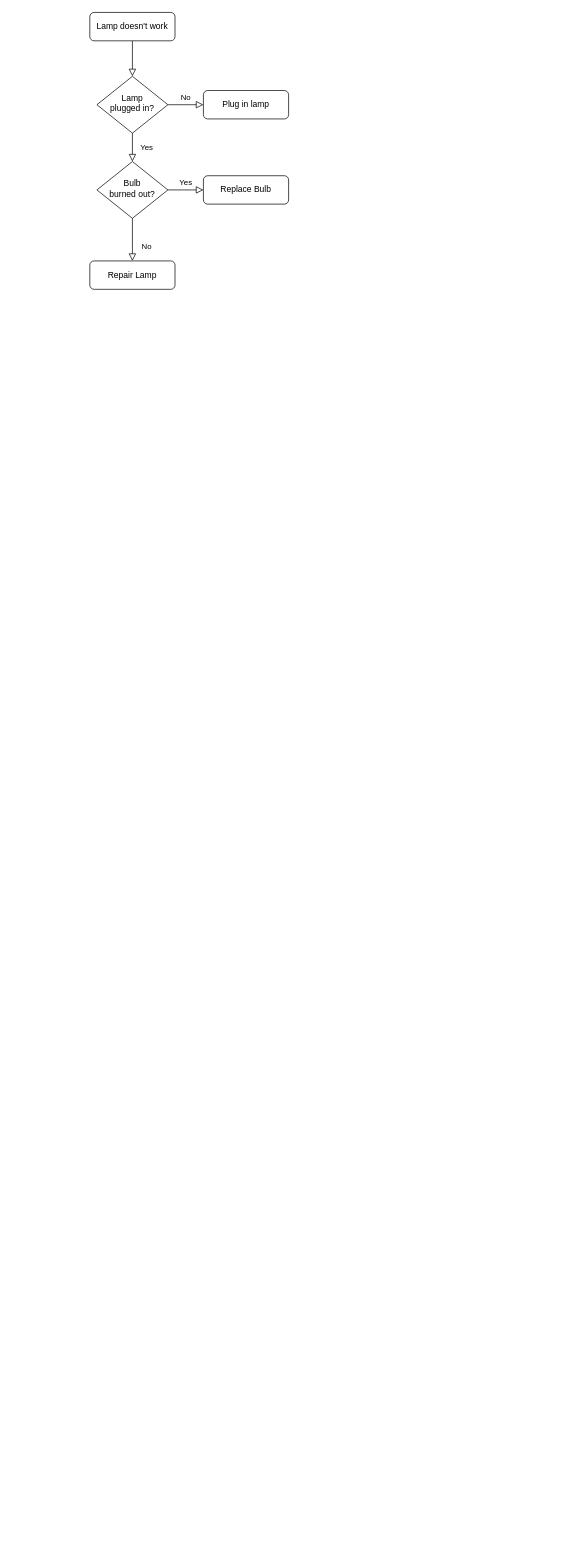
This is Tile Selector Data Combine With Cache Data.drawio from SmileSB1O1/draw-active, a draw.io file, before an edit. Source tidied: cells renumbered, new cells numbered last; positions are measured from the earlier drawing's top-left corner, leaving out a move shared by most shapes. Both pictures are drawn from the tidied source at 71%, with x=0, y=0 at pixel (89, 12).
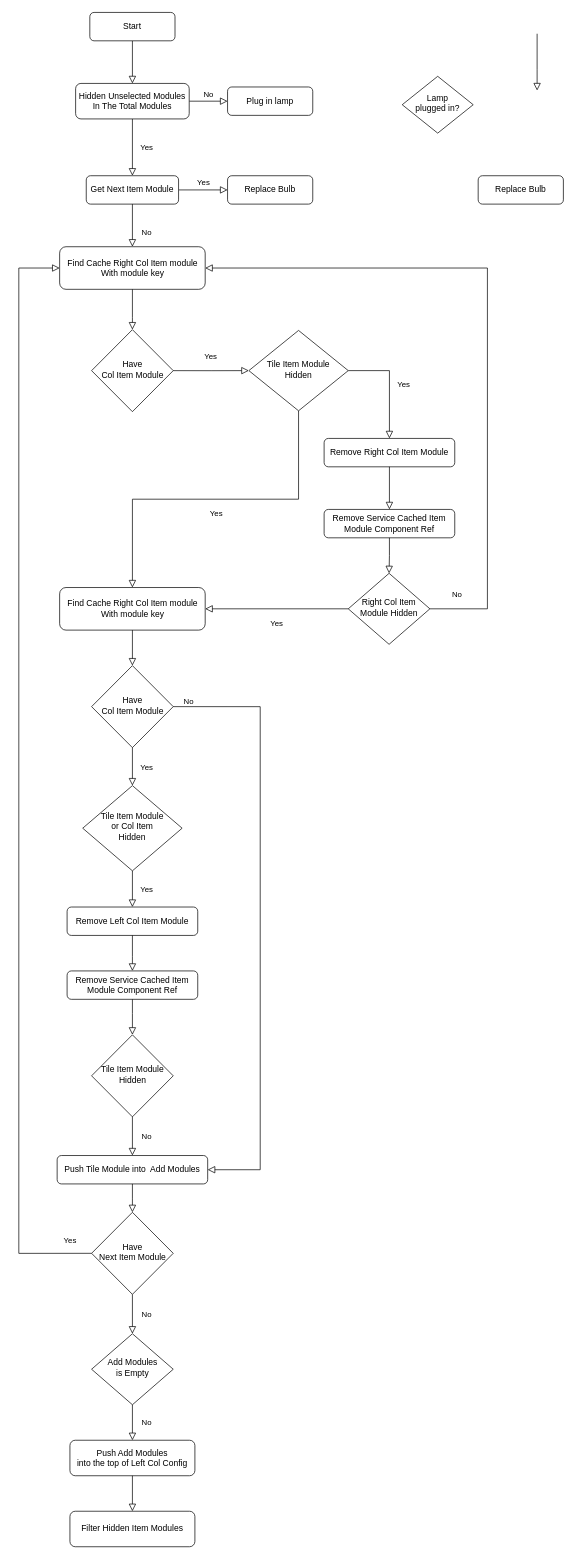
The same page after the edit.

The edit, as a diff of the source:
```diff
@@
-    <mxCell id="2" style="rounded=0;html=1;jettySize=auto;fontSize=11;endArrow=block;endFill=0;endSize=8;strokeWidth=1;shadow=0;labelBackgroundColor=none;edgeStyle=orthogonalEdgeStyle;" parent="1" edge="1" source="3" target="6">
+    <mxCell id="2" style="rounded=0;html=1;jettySize=auto;fontSize=11;endArrow=block;endFill=0;endSize=8;strokeWidth=1;shadow=0;labelBackgroundColor=none;edgeStyle=orthogonalEdgeStyle;entryX=0.5;entryY=0;entryDx=0;entryDy=0;" parent="1" edge="1" source="3" target="14">
       <mxGeometry relative="1" as="geometry" />
     </mxCell>
-    <mxCell id="3" value="Lamp doesn't work" style="rounded=1;whiteSpace=wrap;html=1;fontSize=12;glass=0;strokeWidth=1;shadow=0;" parent="1" vertex="1">
+    <mxCell id="3" value="Start" style="rounded=1;whiteSpace=wrap;html=1;fontSize=12;glass=0;strokeWidth=1;shadow=0;" parent="1" vertex="1">
       <mxGeometry width="120" height="40" as="geometry" />
     </mxCell>
-    <mxCell id="4" value="Yes" style="rounded=0;html=1;jettySize=auto;fontSize=11;endArrow=block;endFill=0;endSize=8;strokeWidth=1;shadow=0;labelBackgroundColor=none;edgeStyle=orthogonalEdgeStyle;" parent="1" edge="1" source="6" target="10">
+    <mxCell id="4" value="Yes" style="rounded=0;html=1;jettySize=auto;fontSize=11;endArrow=block;endFill=0;endSize=8;strokeWidth=1;shadow=0;labelBackgroundColor=none;edgeStyle=orthogonalEdgeStyle;exitX=0.5;exitY=1;exitDx=0;exitDy=0;entryX=0.5;entryY=0;entryDx=0;entryDy=0;" parent="1" edge="1" source="14" target="15">
       <mxGeometry y="20" relative="1" as="geometry" />
     </mxCell>
-    <mxCell id="5" value="No" style="edgeStyle=orthogonalEdgeStyle;rounded=0;html=1;jettySize=auto;fontSize=11;endArrow=block;endFill=0;endSize=8;strokeWidth=1;shadow=0;labelBackgroundColor=none;" parent="1" edge="1" source="6" target="7">
+    <mxCell id="5" value="No" style="edgeStyle=orthogonalEdgeStyle;rounded=0;html=1;jettySize=auto;fontSize=11;endArrow=block;endFill=0;endSize=8;strokeWidth=1;shadow=0;labelBackgroundColor=none;exitX=1;exitY=0.5;exitDx=0;exitDy=0;" parent="1" edge="1" source="14" target="7">
       <mxGeometry y="10" relative="1" as="geometry" />
     </mxCell>
-    <mxCell id="6" value="Lamp&lt;br&gt;plugged in?" style="rhombus;whiteSpace=wrap;html=1;shadow=0;fontFamily=Helvetica;fontSize=12;align=center;strokeWidth=1;spacing=6;spacingTop=-4;" parent="1" vertex="1">
-      <mxGeometry x="10" y="90" width="100" height="80" as="geometry" />
-    </mxCell>
     <mxCell id="7" value="Plug in lamp" style="rounded=1;whiteSpace=wrap;html=1;fontSize=12;glass=0;strokeWidth=1;shadow=0;" parent="1" vertex="1">
-      <mxGeometry x="160" y="110" width="120" height="40" as="geometry" />
+      <mxGeometry x="194" y="105" width="120" height="40" as="geometry" />
     </mxCell>
-    <mxCell id="8" value="No" style="rounded=0;html=1;jettySize=auto;fontSize=11;endArrow=block;endFill=0;endSize=8;strokeWidth=1;shadow=0;labelBackgroundColor=none;edgeStyle=orthogonalEdgeStyle;" parent="1" edge="1" source="10" target="11">
+    <mxCell id="8" value="No" style="rounded=0;html=1;jettySize=auto;fontSize=11;endArrow=block;endFill=0;endSize=8;strokeWidth=1;shadow=0;labelBackgroundColor=none;edgeStyle=orthogonalEdgeStyle;exitX=0.5;exitY=1;exitDx=0;exitDy=0;" parent="1" edge="1" source="15" target="11">
       <mxGeometry x="0.33" y="20" relative="1" as="geometry" />
     </mxCell>
-    <mxCell id="9" value="Yes" style="edgeStyle=orthogonalEdgeStyle;rounded=0;html=1;jettySize=auto;fontSize=11;endArrow=block;endFill=0;endSize=8;strokeWidth=1;shadow=0;labelBackgroundColor=none;" parent="1" edge="1" source="10" target="12">
+    <mxCell id="9" value="Yes" style="edgeStyle=orthogonalEdgeStyle;rounded=0;html=1;jettySize=auto;fontSize=11;endArrow=block;endFill=0;endSize=8;strokeWidth=1;shadow=0;labelBackgroundColor=none;exitX=1;exitY=0.5;exitDx=0;exitDy=0;" parent="1" edge="1" source="15" target="12">
       <mxGeometry y="10" relative="1" as="geometry" />
     </mxCell>
-    <mxCell id="10" value="Bulb&lt;br&gt;burned out?" style="rhombus;whiteSpace=wrap;html=1;shadow=0;fontFamily=Helvetica;fontSize=12;align=center;strokeWidth=1;spacing=6;spacingTop=-4;" parent="1" vertex="1">
-      <mxGeometry x="10" y="210" width="100" height="80" as="geometry" />
-    </mxCell>
-    <mxCell id="11" value="Repair Lamp" style="rounded=1;whiteSpace=wrap;html=1;fontSize=12;glass=0;strokeWidth=1;shadow=0;" parent="1" vertex="1">
-      <mxGeometry y="350" width="120" height="40" as="geometry" />
+    <mxCell id="11" value="Find Cache Right Col Item module &lt;br&gt;With module key" style="rounded=1;whiteSpace=wrap;html=1;fontSize=12;glass=0;strokeWidth=1;shadow=0;" parent="1" vertex="1">
+      <mxGeometry x="-42.5" y="330" width="205" height="60" as="geometry" />
     </mxCell>
     <mxCell id="12" value="Replace Bulb" style="rounded=1;whiteSpace=wrap;html=1;fontSize=12;glass=0;strokeWidth=1;shadow=0;" parent="1" vertex="1">
-      <mxGeometry x="160" y="230" width="120" height="40" as="geometry" />
+      <mxGeometry x="194" y="230" width="120" height="40" as="geometry" />
     </mxCell>
+    <mxCell id="13" style="rounded=0;html=1;jettySize=auto;orthogonalLoop=1;fontSize=11;endArrow=block;endFill=0;endSize=8;strokeWidth=1;shadow=0;labelBackgroundColor=none;edgeStyle=orthogonalEdgeStyle;" parent="1" edge="1">
+      <mxGeometry relative="1" as="geometry">
+        <mxPoint x="630" y="30" as="sourcePoint" />
+        <mxPoint x="630" y="110" as="targetPoint" />
+        <Array as="points">
+          <mxPoint x="630" y="80" />
+          <mxPoint x="630" y="80" />
+        </Array>
+      </mxGeometry>
+    </mxCell>
+    <mxCell id="6" value="Lamp&lt;br&gt;plugged in?" style="rhombus;whiteSpace=wrap;html=1;shadow=0;fontFamily=Helvetica;fontSize=12;align=center;strokeWidth=1;spacing=6;spacingTop=-4;" parent="1" vertex="1">
+      <mxGeometry x="440" y="90" width="100" height="80" as="geometry" />
+    </mxCell>
+    <mxCell id="14" value="Hidden Unselected Modules&lt;br&gt;In The Total Modules" style="rounded=1;whiteSpace=wrap;html=1;fontSize=12;glass=0;strokeWidth=1;shadow=0;" parent="1" vertex="1">
+      <mxGeometry x="-20" y="100" width="160" height="50" as="geometry" />
+    </mxCell>
+    <mxCell id="15" value="Get Next Item Module" style="rounded=1;whiteSpace=wrap;html=1;fontSize=12;glass=0;strokeWidth=1;shadow=0;" parent="1" vertex="1">
+      <mxGeometry x="-5" y="230" width="130" height="40" as="geometry" />
+    </mxCell>
+    <mxCell id="16" value="Replace Bulb" style="rounded=1;whiteSpace=wrap;html=1;fontSize=12;glass=0;strokeWidth=1;shadow=0;" parent="1" vertex="1">
+      <mxGeometry x="547" y="230" width="120" height="40" as="geometry" />
+    </mxCell>
+    <mxCell id="17" value="Have &lt;br&gt;Col Item Module" style="rhombus;whiteSpace=wrap;html=1;shadow=0;fontFamily=Helvetica;fontSize=12;align=center;strokeWidth=1;spacing=6;spacingTop=-4;" parent="1" vertex="1">
+      <mxGeometry x="2.5" y="446.8" width="115" height="115.5" as="geometry" />
+    </mxCell>
+    <mxCell id="18" style="rounded=0;html=1;jettySize=auto;fontSize=11;endArrow=block;endFill=0;endSize=8;strokeWidth=1;shadow=0;labelBackgroundColor=none;edgeStyle=orthogonalEdgeStyle;exitX=0.5;exitY=1;exitDx=0;exitDy=0;entryX=0.5;entryY=0;entryDx=0;entryDy=0;" parent="1" edge="1" source="11" target="17">
+      <mxGeometry relative="1" as="geometry">
+        <Array as="points">
+          <mxPoint x="60" y="430" />
+          <mxPoint x="60" y="430" />
+        </Array>
+      </mxGeometry>
+    </mxCell>
+    <mxCell id="19" value="Yes" style="rounded=0;html=1;jettySize=auto;fontSize=11;endArrow=block;endFill=0;endSize=8;strokeWidth=1;shadow=0;labelBackgroundColor=none;edgeStyle=orthogonalEdgeStyle;exitX=1;exitY=0.5;exitDx=0;exitDy=0;entryX=0;entryY=0.5;entryDx=0;entryDy=0;" parent="1" edge="1" source="17" target="20">
+      <mxGeometry y="20" relative="1" as="geometry" />
+    </mxCell>
+    <mxCell id="20" value="Tile Item Module&lt;br&gt;Hidden" style="rhombus;whiteSpace=wrap;html=1;shadow=0;fontFamily=Helvetica;fontSize=12;align=center;strokeWidth=1;spacing=6;spacingTop=-4;" parent="1" vertex="1">
+      <mxGeometry x="224" y="447.9" width="140" height="113.2" as="geometry" />
+    </mxCell>
+    <mxCell id="21" value="Remove Right Col Item Module" style="rounded=1;whiteSpace=wrap;html=1;fontSize=12;glass=0;strokeWidth=1;shadow=0;" parent="1" vertex="1">
+      <mxGeometry x="330" y="600" width="184" height="40" as="geometry" />
+    </mxCell>
+    <mxCell id="22" value="Yes" style="rounded=0;html=1;jettySize=auto;fontSize=11;endArrow=block;endFill=0;endSize=8;strokeWidth=1;shadow=0;labelBackgroundColor=none;edgeStyle=orthogonalEdgeStyle;exitX=1;exitY=0.5;exitDx=0;exitDy=0;entryX=0.5;entryY=0;entryDx=0;entryDy=0;" parent="1" edge="1" source="20" target="21">
+      <mxGeometry y="20" relative="1" as="geometry" />
+    </mxCell>
+    <mxCell id="23" value="Remove Service Cached Item Module Component Ref" style="rounded=1;whiteSpace=wrap;html=1;fontSize=12;glass=0;strokeWidth=1;shadow=0;" parent="1" vertex="1">
+      <mxGeometry x="330" y="700" width="184" height="40" as="geometry" />
+    </mxCell>
+    <mxCell id="24" style="rounded=0;html=1;jettySize=auto;fontSize=11;endArrow=block;endFill=0;endSize=8;strokeWidth=1;shadow=0;labelBackgroundColor=none;edgeStyle=orthogonalEdgeStyle;exitX=0.5;exitY=1;exitDx=0;exitDy=0;entryX=0.5;entryY=0;entryDx=0;entryDy=0;" parent="1" edge="1" source="21" target="23">
+      <mxGeometry relative="1" as="geometry" />
+    </mxCell>
+    <mxCell id="25" value="Right Col Item Module Hidden" style="rhombus;whiteSpace=wrap;html=1;shadow=0;fontFamily=Helvetica;fontSize=12;align=center;strokeWidth=1;spacing=6;spacingTop=-4;" parent="1" vertex="1">
+      <mxGeometry x="364" y="790" width="115" height="100" as="geometry" />
+    </mxCell>
+    <mxCell id="26" style="rounded=0;html=1;jettySize=auto;fontSize=11;endArrow=block;endFill=0;endSize=8;strokeWidth=1;shadow=0;labelBackgroundColor=none;edgeStyle=orthogonalEdgeStyle;exitX=0.5;exitY=1;exitDx=0;exitDy=0;entryX=0.5;entryY=0;entryDx=0;entryDy=0;" parent="1" edge="1" source="23" target="25">
+      <mxGeometry relative="1" as="geometry" />
+    </mxCell>
+    <mxCell id="27" value="No" style="rounded=0;html=1;jettySize=auto;fontSize=11;endArrow=block;endFill=0;endSize=8;strokeWidth=1;shadow=0;labelBackgroundColor=none;edgeStyle=orthogonalEdgeStyle;exitX=1;exitY=0.5;exitDx=0;exitDy=0;entryX=1;entryY=0.5;entryDx=0;entryDy=0;" parent="1" edge="1" source="25" target="11">
+      <mxGeometry x="-0.92" y="20" relative="1" as="geometry">
+        <Array as="points">
+          <mxPoint x="560" y="840" />
+          <mxPoint x="560" y="360" />
+        </Array>
+      </mxGeometry>
+    </mxCell>
+    <mxCell id="28" value="Find Cache Right Col Item module &lt;br&gt;With module key" style="rounded=1;whiteSpace=wrap;html=1;fontSize=12;glass=0;strokeWidth=1;shadow=0;" parent="1" vertex="1">
+      <mxGeometry x="-42.5" y="810" width="205" height="60" as="geometry" />
+    </mxCell>
+    <mxCell id="29" value="Yes" style="rounded=0;html=1;jettySize=auto;fontSize=11;endArrow=block;endFill=0;endSize=8;strokeWidth=1;shadow=0;labelBackgroundColor=none;edgeStyle=orthogonalEdgeStyle;exitX=0.5;exitY=1;exitDx=0;exitDy=0;" parent="1" edge="1" source="20" target="28">
+      <mxGeometry y="20" relative="1" as="geometry" />
+    </mxCell>
+    <mxCell id="30" value="Yes" style="rounded=0;html=1;jettySize=auto;fontSize=11;endArrow=block;endFill=0;endSize=8;strokeWidth=1;shadow=0;labelBackgroundColor=none;edgeStyle=orthogonalEdgeStyle;exitX=0;exitY=0.5;exitDx=0;exitDy=0;entryX=1;entryY=0.5;entryDx=0;entryDy=0;" parent="1" edge="1" source="25" target="28">
+      <mxGeometry y="20" relative="1" as="geometry" />
+    </mxCell>
+    <mxCell id="31" value="Have &lt;br&gt;Col Item Module" style="rhombus;whiteSpace=wrap;html=1;shadow=0;fontFamily=Helvetica;fontSize=12;align=center;strokeWidth=1;spacing=6;spacingTop=-4;" parent="1" vertex="1">
+      <mxGeometry x="2.5" y="920" width="115" height="115.5" as="geometry" />
+    </mxCell>
+    <mxCell id="32" style="rounded=0;html=1;jettySize=auto;fontSize=11;endArrow=block;endFill=0;endSize=8;strokeWidth=1;shadow=0;labelBackgroundColor=none;edgeStyle=orthogonalEdgeStyle;exitX=0.5;exitY=1;exitDx=0;exitDy=0;entryX=0.5;entryY=0;entryDx=0;entryDy=0;" parent="1" edge="1" source="28" target="31">
+      <mxGeometry relative="1" as="geometry">
+        <Array as="points">
+          <mxPoint x="60" y="910" />
+          <mxPoint x="60" y="910" />
+        </Array>
+      </mxGeometry>
+    </mxCell>
+    <mxCell id="33" value="Yes" style="rounded=0;html=1;jettySize=auto;fontSize=11;endArrow=block;endFill=0;endSize=8;strokeWidth=1;shadow=0;labelBackgroundColor=none;edgeStyle=orthogonalEdgeStyle;exitX=0.5;exitY=1;exitDx=0;exitDy=0;entryX=0.5;entryY=0;entryDx=0;entryDy=0;" parent="1" edge="1" source="31" target="34">
+      <mxGeometry y="20" relative="1" as="geometry" />
+    </mxCell>
+    <mxCell id="34" value="Tile Item Module&lt;br&gt;or Col Item&lt;br&gt;Hidden" style="rhombus;whiteSpace=wrap;html=1;shadow=0;fontFamily=Helvetica;fontSize=12;align=center;strokeWidth=1;spacing=6;spacingTop=-4;" parent="1" vertex="1">
+      <mxGeometry x="-10" y="1089" width="140" height="120" as="geometry" />
+    </mxCell>
+    <mxCell id="35" value="Remove Left Col Item Module" style="rounded=1;whiteSpace=wrap;html=1;fontSize=12;glass=0;strokeWidth=1;shadow=0;" parent="1" vertex="1">
+      <mxGeometry x="-32" y="1260" width="184" height="40" as="geometry" />
+    </mxCell>
+    <mxCell id="36" value="Yes" style="rounded=0;html=1;jettySize=auto;fontSize=11;endArrow=block;endFill=0;endSize=8;strokeWidth=1;shadow=0;labelBackgroundColor=none;edgeStyle=orthogonalEdgeStyle;exitX=0.5;exitY=1;exitDx=0;exitDy=0;" parent="1" edge="1" source="34" target="35">
+      <mxGeometry y="20" relative="1" as="geometry" />
+    </mxCell>
+    <mxCell id="37" value="Remove Service Cached Item Module Component Ref" style="rounded=1;whiteSpace=wrap;html=1;fontSize=12;glass=0;strokeWidth=1;shadow=0;" parent="1" vertex="1">
+      <mxGeometry x="-32" y="1350" width="184" height="40" as="geometry" />
+    </mxCell>
+    <mxCell id="38" style="rounded=0;html=1;jettySize=auto;fontSize=11;endArrow=block;endFill=0;endSize=8;strokeWidth=1;shadow=0;labelBackgroundColor=none;edgeStyle=orthogonalEdgeStyle;exitX=0.5;exitY=1;exitDx=0;exitDy=0;entryX=0.5;entryY=0;entryDx=0;entryDy=0;" parent="1" edge="1" source="35" target="37">
+      <mxGeometry relative="1" as="geometry">
+        <Array as="points">
+          <mxPoint x="60" y="1330" />
+          <mxPoint x="60" y="1330" />
+        </Array>
+      </mxGeometry>
+    </mxCell>
+    <mxCell id="39" value="Tile Item Module&lt;div&gt;Hidden&lt;/div&gt;" style="rhombus;whiteSpace=wrap;html=1;shadow=0;fontFamily=Helvetica;fontSize=12;align=center;strokeWidth=1;spacing=6;spacingTop=-4;" parent="1" vertex="1">
+      <mxGeometry x="2.5" y="1440" width="115" height="115.5" as="geometry" />
+    </mxCell>
+    <mxCell id="40" style="rounded=0;html=1;jettySize=auto;fontSize=11;endArrow=block;endFill=0;endSize=8;strokeWidth=1;shadow=0;labelBackgroundColor=none;edgeStyle=orthogonalEdgeStyle;exitX=0.5;exitY=1;exitDx=0;exitDy=0;entryX=0.5;entryY=0;entryDx=0;entryDy=0;" parent="1" edge="1" source="37" target="39">
+      <mxGeometry relative="1" as="geometry">
+        <Array as="points">
+          <mxPoint x="60" y="1410" />
+          <mxPoint x="60" y="1410" />
+        </Array>
+      </mxGeometry>
+    </mxCell>
+    <mxCell id="41" value="Push Tile Module into&amp;nbsp; Add Modules" style="rounded=1;whiteSpace=wrap;html=1;fontSize=12;glass=0;strokeWidth=1;shadow=0;" parent="1" vertex="1">
+      <mxGeometry x="-46" y="1610" width="212" height="40" as="geometry" />
+    </mxCell>
+    <mxCell id="42" value="No" style="rounded=0;html=1;jettySize=auto;fontSize=11;endArrow=block;endFill=0;endSize=8;strokeWidth=1;shadow=0;labelBackgroundColor=none;edgeStyle=orthogonalEdgeStyle;exitX=0.5;exitY=1;exitDx=0;exitDy=0;entryX=0.5;entryY=0;entryDx=0;entryDy=0;" parent="1" edge="1" source="39" target="41">
+      <mxGeometry y="20" relative="1" as="geometry" />
+    </mxCell>
+    <mxCell id="43" value="Add Modules&lt;br&gt;is Empty" style="rhombus;whiteSpace=wrap;html=1;shadow=0;fontFamily=Helvetica;fontSize=12;align=center;strokeWidth=1;spacing=6;spacingTop=-4;" parent="1" vertex="1">
+      <mxGeometry x="2.5" y="1861" width="115" height="100" as="geometry" />
+    </mxCell>
+    <mxCell id="44" value="Push Add Modules&lt;div&gt;into the top of Left Col Config&lt;/div&gt;" style="rounded=1;whiteSpace=wrap;html=1;fontSize=12;glass=0;strokeWidth=1;shadow=0;" parent="1" vertex="1">
+      <mxGeometry x="-28" y="2011" width="176" height="50" as="geometry" />
+    </mxCell>
+    <mxCell id="45" value="No" style="rounded=0;html=1;jettySize=auto;fontSize=11;endArrow=block;endFill=0;endSize=8;strokeWidth=1;shadow=0;labelBackgroundColor=none;edgeStyle=orthogonalEdgeStyle;exitX=0.5;exitY=1;exitDx=0;exitDy=0;entryX=0.5;entryY=0;entryDx=0;entryDy=0;" parent="1" edge="1" source="43" target="44">
+      <mxGeometry y="20" relative="1" as="geometry" />
+    </mxCell>
+    <mxCell id="46" value="Filter Hidden Item Modules" style="rounded=1;whiteSpace=wrap;html=1;fontSize=12;glass=0;strokeWidth=1;shadow=0;" parent="1" vertex="1">
+      <mxGeometry x="-28" y="2111" width="176" height="50" as="geometry" />
+    </mxCell>
+    <mxCell id="47" style="rounded=0;html=1;jettySize=auto;fontSize=11;endArrow=block;endFill=0;endSize=8;strokeWidth=1;shadow=0;labelBackgroundColor=none;edgeStyle=orthogonalEdgeStyle;exitX=0.5;exitY=1;exitDx=0;exitDy=0;entryX=0.5;entryY=0;entryDx=0;entryDy=0;" parent="1" edge="1" source="44" target="46">
+      <mxGeometry y="20" relative="1" as="geometry" />
+    </mxCell>
+    <mxCell id="48" style="rounded=0;html=1;jettySize=auto;fontSize=11;endArrow=block;endFill=0;endSize=8;strokeWidth=1;shadow=0;labelBackgroundColor=none;edgeStyle=orthogonalEdgeStyle;exitX=0.5;exitY=1;exitDx=0;exitDy=0;entryX=0.5;entryY=0;entryDx=0;entryDy=0;" parent="1" edge="1" source="41" target="49">
+      <mxGeometry relative="1" as="geometry">
+        <Array as="points">
+          <mxPoint x="60" y="1670" />
+          <mxPoint x="60" y="1670" />
+        </Array>
+      </mxGeometry>
+    </mxCell>
+    <mxCell id="49" value="Have&lt;br&gt;Next Item Module" style="rhombus;whiteSpace=wrap;html=1;shadow=0;fontFamily=Helvetica;fontSize=12;align=center;strokeWidth=1;spacing=6;spacingTop=-4;" parent="1" vertex="1">
+      <mxGeometry x="2.5" y="1690" width="115" height="115.5" as="geometry" />
+    </mxCell>
+    <mxCell id="50" value="Yes" style="rounded=0;html=1;jettySize=auto;fontSize=11;endArrow=block;endFill=0;endSize=8;strokeWidth=1;shadow=0;labelBackgroundColor=none;edgeStyle=orthogonalEdgeStyle;exitX=0;exitY=0.5;exitDx=0;exitDy=0;entryX=0;entryY=0.5;entryDx=0;entryDy=0;" parent="1" edge="1" source="49" target="11">
+      <mxGeometry x="-0.96" y="-18" relative="1" as="geometry">
+        <Array as="points">
+          <mxPoint x="-100" y="1748" />
+          <mxPoint x="-100" y="360" />
+        </Array>
+        <mxPoint x="1" as="offset" />
+      </mxGeometry>
+    </mxCell>
+    <mxCell id="51" value="No" style="rounded=0;html=1;jettySize=auto;fontSize=11;endArrow=block;endFill=0;endSize=8;strokeWidth=1;shadow=0;labelBackgroundColor=none;edgeStyle=orthogonalEdgeStyle;exitX=0.5;exitY=1;exitDx=0;exitDy=0;entryX=0.5;entryY=0;entryDx=0;entryDy=0;" parent="1" edge="1" source="49" target="43">
+      <mxGeometry y="20" relative="1" as="geometry" />
+    </mxCell>
+    <mxCell id="52" value="No" style="rounded=0;html=1;jettySize=auto;fontSize=11;endArrow=block;endFill=0;endSize=8;strokeWidth=1;shadow=0;labelBackgroundColor=none;edgeStyle=orthogonalEdgeStyle;exitX=1;exitY=0.5;exitDx=0;exitDy=0;entryX=1;entryY=0.5;entryDx=0;entryDy=0;" parent="1" edge="1" source="31" target="41">
+      <mxGeometry x="-0.95" y="8" relative="1" as="geometry">
+        <Array as="points">
+          <mxPoint x="240" y="978" />
+          <mxPoint x="240" y="1630" />
+        </Array>
+      </mxGeometry>
+    </mxCell>
```
